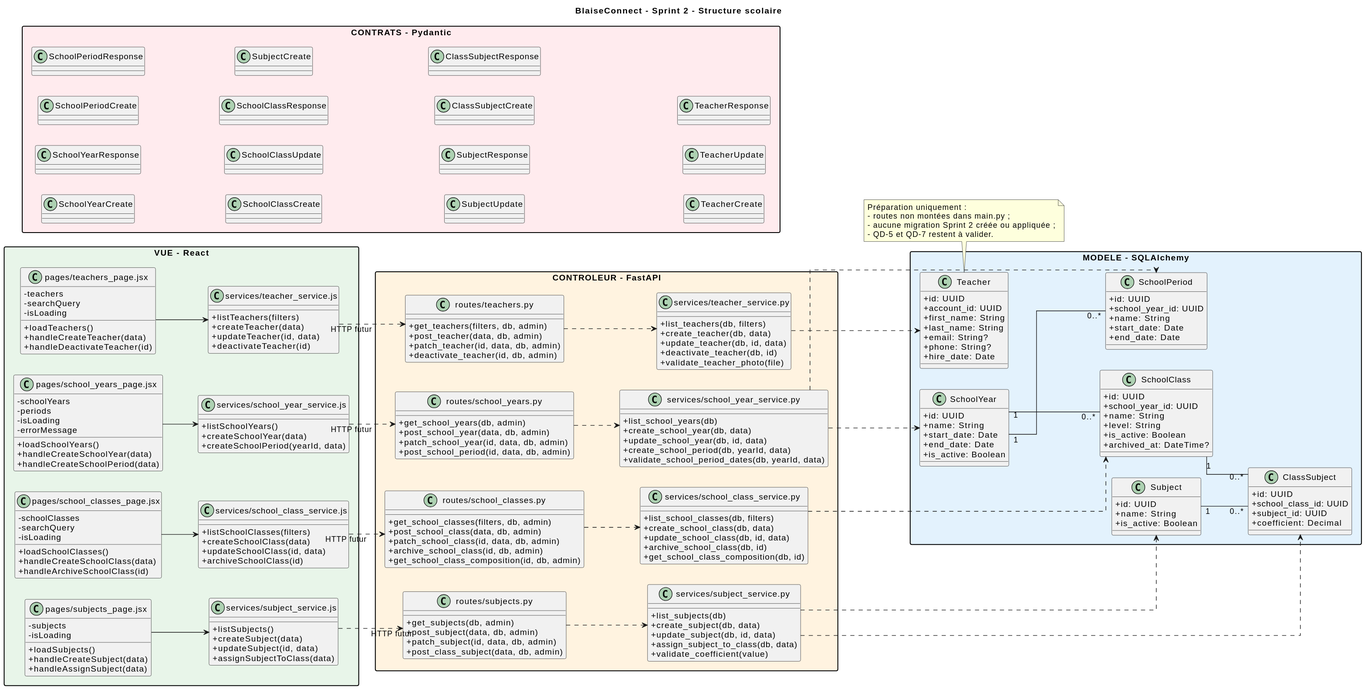
This is docs/diagramme/sprint2_diagrame_classe.svg from Gaston667/blaise-connect, a PlantUML export, as it was before one commit.
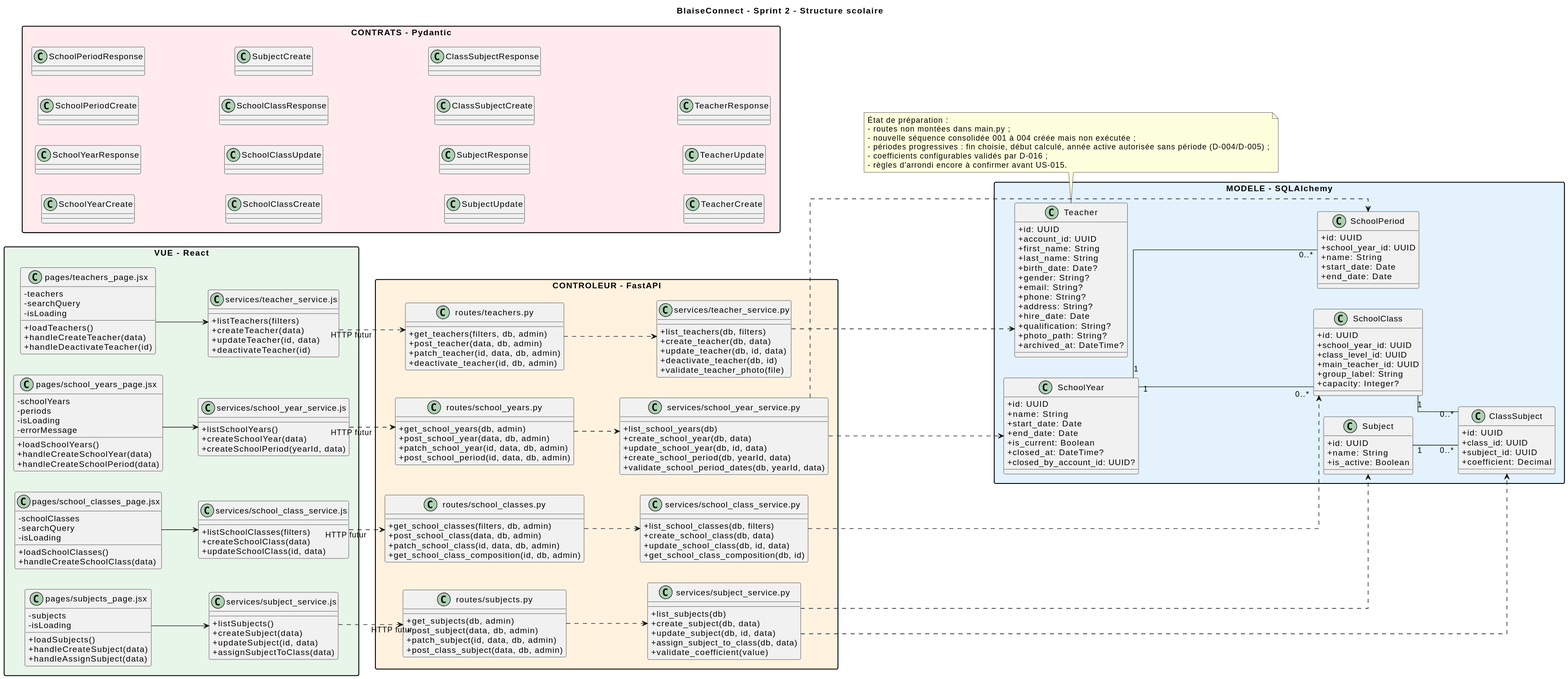
The same file after the commit.

Commit message:
mise ajour

What changed in the source:
```diff
@@ -29,13 +29,11 @@
     - isLoading
     + loadSchoolClasses()
     + handleCreateSchoolClass(data)
-    + handleArchiveSchoolClass(id)
   }
   class "services/school_class_service.js" as FrontSchoolClassService {
     + listSchoolClasses(filters)
     + createSchoolClass(data)
     + updateSchoolClass(id, data)
-    + archiveSchoolClass(id)
   }
 
   class "pages/subjects_page.jsx" as SubjectsPage {
@@ -87,14 +85,12 @@
     + get_school_classes(filters, db, admin)
     + post_school_class(data, db, admin)
     + patch_school_class(id, data, db, admin)
-    + archive_school_class(id, db, admin)
     + get_school_class_composition(id, db, admin)
   }
   class "services/school_class_service.py" as SchoolClassService {
     + list_school_classes(db, filters)
     + create_school_class(db, data)
     + update_school_class(db, id, data)
-    + archive_school_class(db, id)
     + get_school_class_composition(db, id)
   }
 
@@ -151,7 +147,9 @@
     + name: String
     + start_date: Date
     + end_date: Date
-    + is_active: Boolean
+    + is_current: Boolean
+    + closed_at: DateTime?
+    + closed_by_account_id: UUID?
   }
   class SchoolPeriod {
     + id: UUID
@@ -163,10 +161,10 @@
   class SchoolClass {
     + id: UUID
     + school_year_id: UUID
-    + name: String
-    + level: String
-    + is_active: Boolean
-    + archived_at: DateTime?
+    + class_level_id: UUID
+    + main_teacher_id: UUID
+    + group_label: String
+    + capacity: Integer?
   }
   class Subject {
     + id: UUID
@@ -175,7 +173,7 @@
   }
   class ClassSubject {
     + id: UUID
-    + school_class_id: UUID
+    + class_id: UUID
     + subject_id: UUID
     + coefficient: Decimal
   }
@@ -184,9 +182,15 @@
     + account_id: UUID
     + first_name: String
     + last_name: String
+    + birth_date: Date?
+    + gender: String?
     + email: String?
     + phone: String?
+    + address: String?
     + hire_date: Date
+    + qualification: String?
+    + photo_path: String?
+    + archived_at: DateTime?
   }
 }
 
@@ -218,9 +222,11 @@
 Subject "1" -- "0..*" ClassSubject
 
 note bottom
-Préparation uniquement :
+État de préparation :
 - routes non montées dans main.py ;
-- aucune migration Sprint 2 créée ou appliquée ;
-- QD-5 et QD-7 restent à valider.
+- nouvelle séquence consolidée 001 à 004 créée mais non exécutée ;
+- périodes progressives : fin choisie, début calculé, année active autorisée sans période (D-004/D-005) ;
+- coefficients configurables validés par D-016 ;
+- règles d'arrondi encore à confirmer avant US-015.
 end note
 @enduml
```
